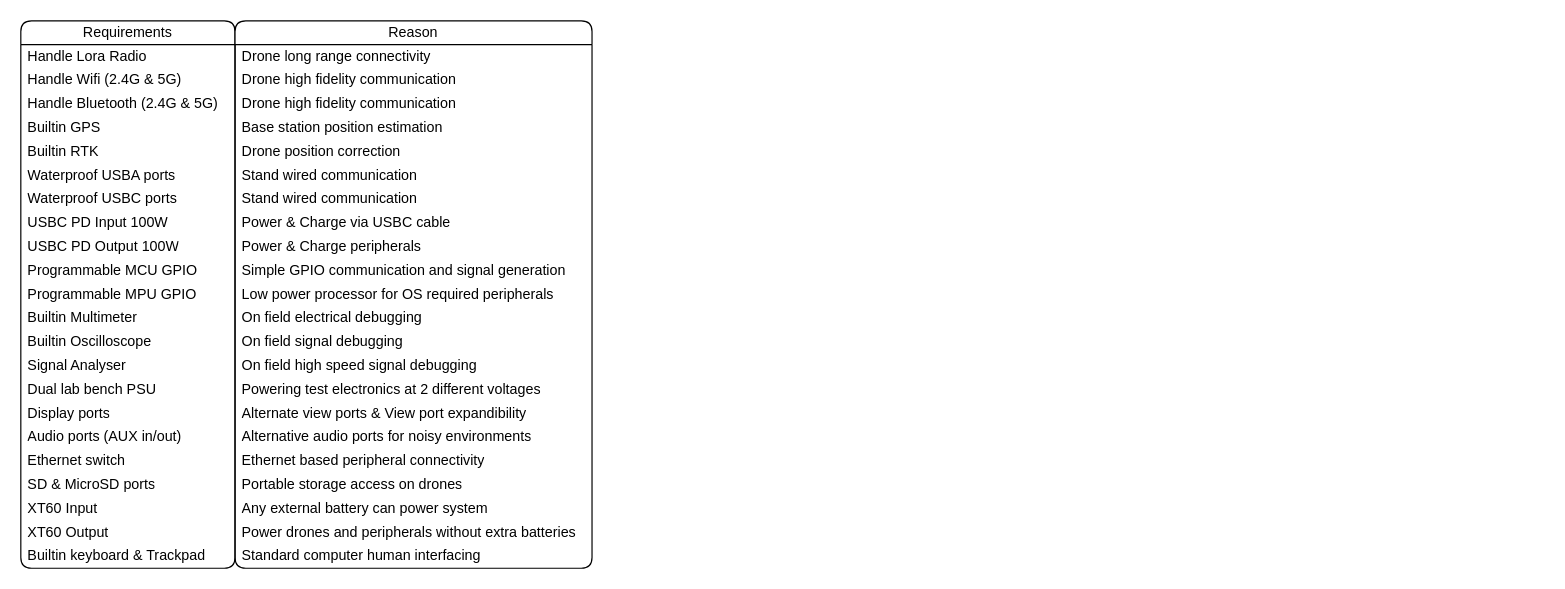
Above: page "Brainstorm" (2 of 5) of Documents/Diagram.drawio in Ornithopter-Project/Base-Station (draw.io), before the change. Source tidied: cells renumbered, new cells numbered last; positions are measured from the earlier drawing's top-left corner, leaving out a move shared by most shapes. Both pictures are drawn from the tidied source at 119%, with x=0, y=0 at pixel (20, 20).
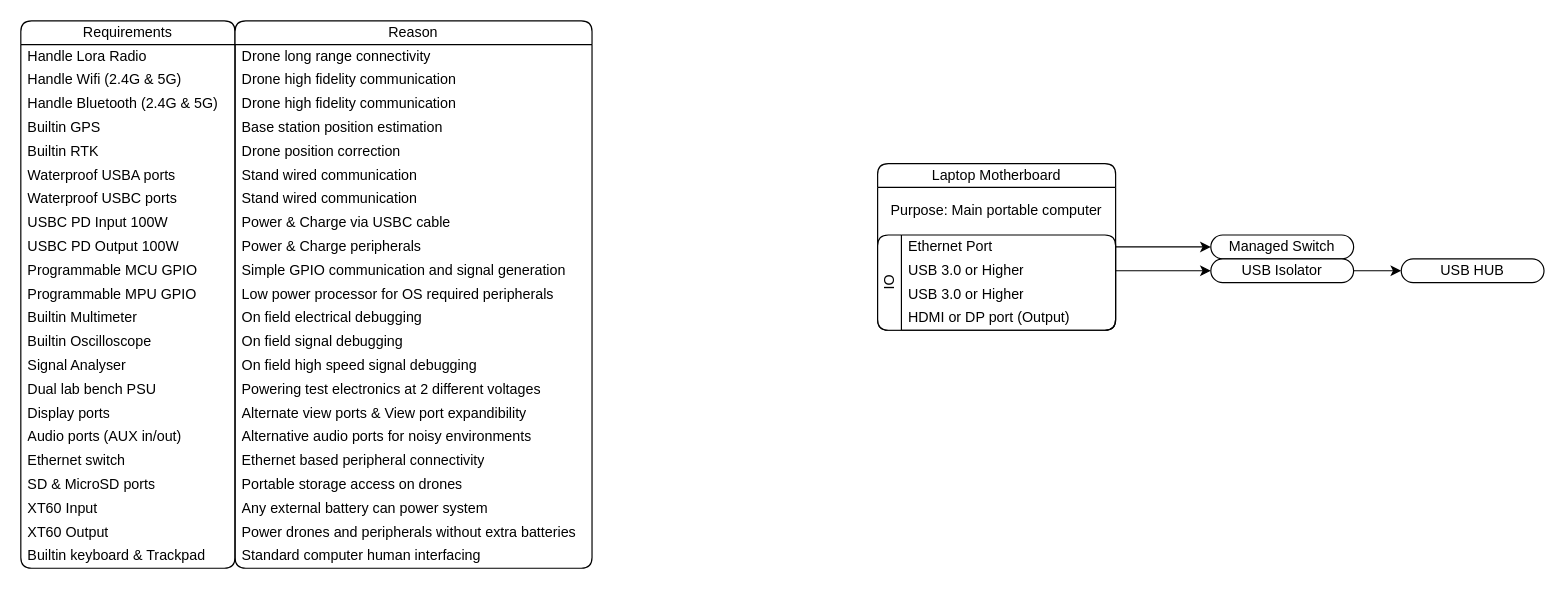
The same diagram, later.

Commit message:
Added New system diagram (initial)

Change to the diagram source:
```diff
@@
+    <mxCell id="48" value="Laptop Motherboard" style="swimlane;fontStyle=0;horizontal=1;startSize=20;whiteSpace=wrap;html=1;rounded=1;swimlaneLine=1;shadow=0;" parent="1" vertex="1">
+      <mxGeometry x="720" y="120" width="200" height="140" as="geometry" />
+    </mxCell>
+    <mxCell id="49" value="Purpose: Main portable computer" style="rounded=0;whiteSpace=wrap;html=1;absoluteArcSize=1;fillColor=none;strokeColor=none;" parent="48" vertex="1">
+      <mxGeometry y="20" width="200" height="40" as="geometry" />
+    </mxCell>
+    <mxCell id="50" value="IO" style="swimlane;fontStyle=0;horizontal=0;startSize=20;whiteSpace=wrap;html=1;rounded=1;swimlaneLine=1;shadow=0;" parent="48" vertex="1">
+      <mxGeometry y="60" width="200" height="80" as="geometry" />
+    </mxCell>
+    <mxCell id="51" value="Ethernet Port" style="text;strokeColor=none;fillColor=none;align=left;verticalAlign=middle;spacingLeft=4;spacingRight=4;overflow=hidden;points=[[0,0.5],[1,0.5]];portConstraint=eastwest;whiteSpace=wrap;html=1;" parent="50" vertex="1">
+      <mxGeometry x="20" width="180" height="20" as="geometry" />
+    </mxCell>
+    <mxCell id="52" value="USB 3.0 or Higher" style="text;strokeColor=none;fillColor=none;align=left;verticalAlign=middle;spacingLeft=4;spacingRight=4;overflow=hidden;points=[[0,0.5],[1,0.5]];portConstraint=eastwest;whiteSpace=wrap;html=1;" parent="50" vertex="1">
+      <mxGeometry x="20" y="20" width="180" height="20" as="geometry" />
+    </mxCell>
+    <mxCell id="53" value="USB 3.0 or Higher" style="text;strokeColor=none;fillColor=none;align=left;verticalAlign=middle;spacingLeft=4;spacingRight=4;overflow=hidden;whiteSpace=wrap;html=1;" parent="50" vertex="1">
+      <mxGeometry x="20" y="40" width="180" height="20" as="geometry" />
+    </mxCell>
+    <mxCell id="54" value="HDMI or DP port (Output)" style="text;strokeColor=none;fillColor=none;align=left;verticalAlign=middle;spacingLeft=4;spacingRight=4;overflow=hidden;whiteSpace=wrap;html=1;" parent="50" vertex="1">
+      <mxGeometry x="20" y="60" width="180" height="20" as="geometry" />
+    </mxCell>
+    <mxCell id="55" value="Managed Switch" style="rounded=1;whiteSpace=wrap;html=1;absoluteArcSize=1;" parent="1" vertex="1">
+      <mxGeometry x="1000" y="180" width="120" height="20" as="geometry" />
+    </mxCell>
+    <mxCell id="56" style="edgeStyle=orthogonalEdgeStyle;rounded=1;jettySize=auto;html=1;exitX=1;exitY=0.5;exitDx=0;exitDy=0;entryX=0;entryY=0.5;entryDx=0;entryDy=0;curved=0;" parent="1" edge="1" source="51" target="55">
+      <mxGeometry relative="1" as="geometry" />
+    </mxCell>
+    <mxCell id="57" style="edgeStyle=orthogonalEdgeStyle;shape=connector;curved=0;rounded=1;jettySize=auto;html=1;exitX=1;exitY=0.5;exitDx=0;exitDy=0;entryX=0;entryY=0.5;entryDx=0;entryDy=0;strokeColor=default;align=center;verticalAlign=middle;fontFamily=Helvetica;fontSize=11;fontColor=default;labelBackgroundColor=default;endArrow=classic;" parent="1" edge="1" source="58" target="60">
+      <mxGeometry relative="1" as="geometry" />
+    </mxCell>
+    <mxCell id="58" value="USB Isolator" style="rounded=1;whiteSpace=wrap;html=1;absoluteArcSize=1;" parent="1" vertex="1">
+      <mxGeometry x="1000" y="200" width="120" height="20" as="geometry" />
+    </mxCell>
+    <mxCell id="59" style="edgeStyle=orthogonalEdgeStyle;shape=connector;curved=0;rounded=1;jettySize=auto;html=1;exitX=1;exitY=0.5;exitDx=0;exitDy=0;entryX=0;entryY=0.5;entryDx=0;entryDy=0;strokeColor=default;align=center;verticalAlign=middle;fontFamily=Helvetica;fontSize=11;fontColor=default;labelBackgroundColor=default;endArrow=classic;" parent="1" edge="1" source="52" target="58">
+      <mxGeometry relative="1" as="geometry" />
+    </mxCell>
+    <mxCell id="60" value="USB HUB" style="rounded=1;whiteSpace=wrap;html=1;absoluteArcSize=1;" parent="1" vertex="1">
+      <mxGeometry x="1160" y="200" width="120" height="20" as="geometry" />
+    </mxCell>
```
